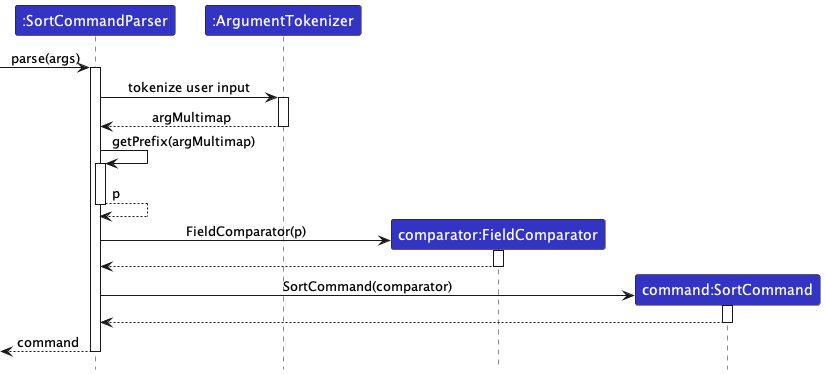
nus-cs2103-AY2324S1/tp keeps this PlantUML diagram as docs/images/developer-guide/SortCommandParserSequenceDiagram.png. Above is the earlier version. Its diagram source:
```plantuml
@startuml
!include ../style.puml
skinparam ArrowFontStyle plain

Participant ":SortCommandParser" as scp LOGIC_COLOR
Participant ":ArgumentTokenizer" as at LOGIC_COLOR
Participant "comparator:FieldComparator" as fc LOGIC_COLOR
Participant "command:SortCommand" as sc LOGIC_COLOR

[-> scp ++: parse(args)
scp -> at ++: tokenize user input
at --> scp --: argMultimap
scp -> scp ++: getPrefix(argMultimap)
scp --> scp --: p
create fc
scp -> fc ++: FieldComparator(p)
fc --> scp --
create sc
scp -> sc ++: SortCommand(comparator)
sc --> scp --
scp -->[ --: command
@enduml
```
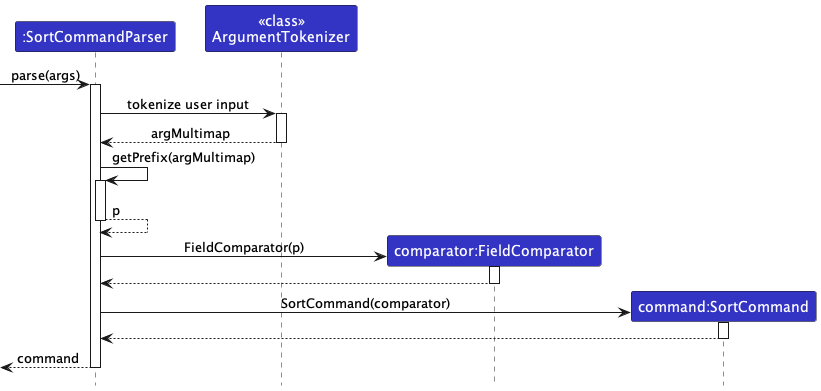
The same file after the commit.

Diff of the diagram source:
```diff
@@ -3,7 +3,7 @@
 skinparam ArrowFontStyle plain
 
 Participant ":SortCommandParser" as scp LOGIC_COLOR
-Participant ":ArgumentTokenizer" as at LOGIC_COLOR
+Participant "<<class>>\nArgumentTokenizer" as at LOGIC_COLOR
 Participant "comparator:FieldComparator" as fc LOGIC_COLOR
 Participant "command:SortCommand" as sc LOGIC_COLOR
 
```
